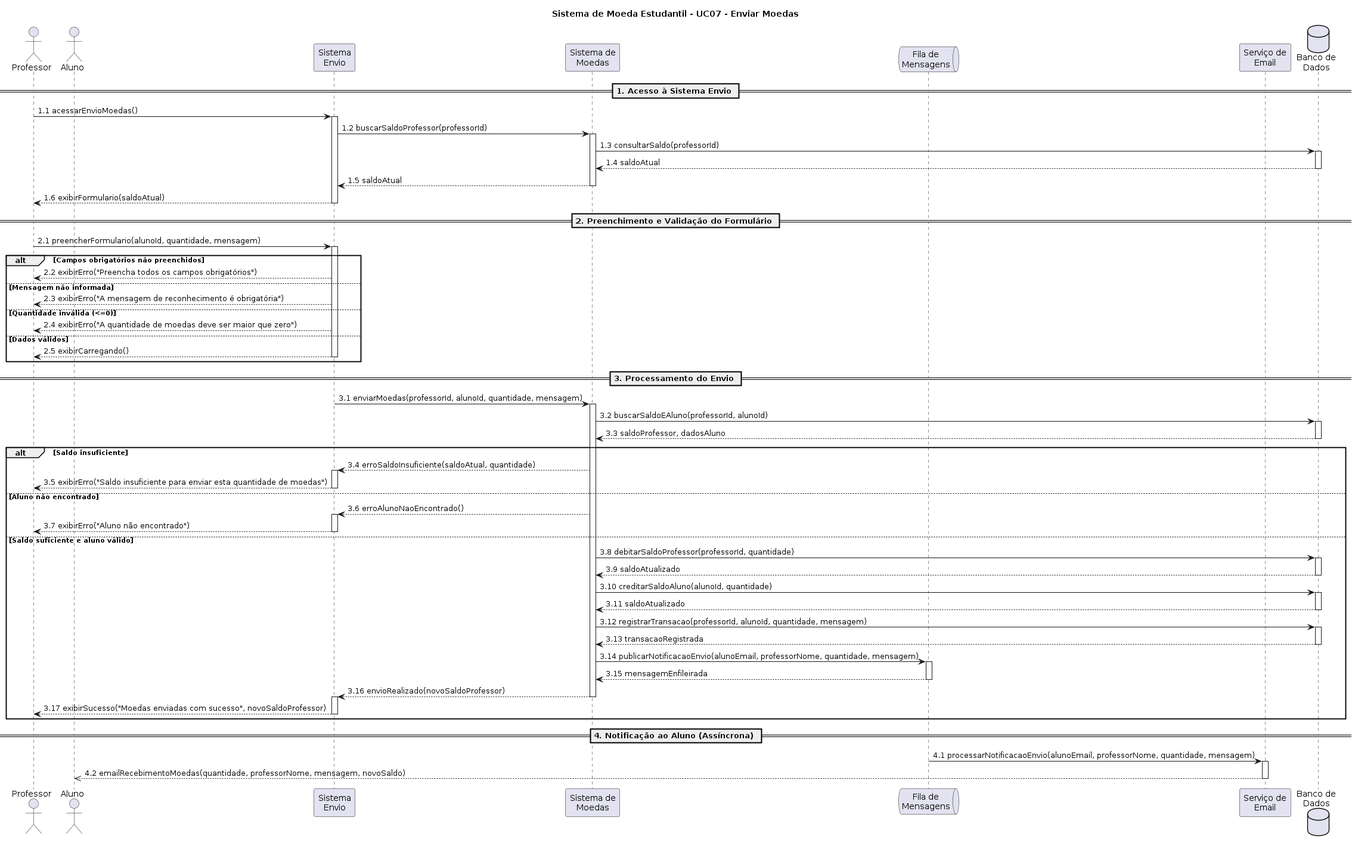
Above: docs/diagramas/Diagrama-de-sequencia/UC07/UC07-EnviarMoedas.png in LauraPontara/lab-sistema-moeda-estudantil (PlantUML), before the change.
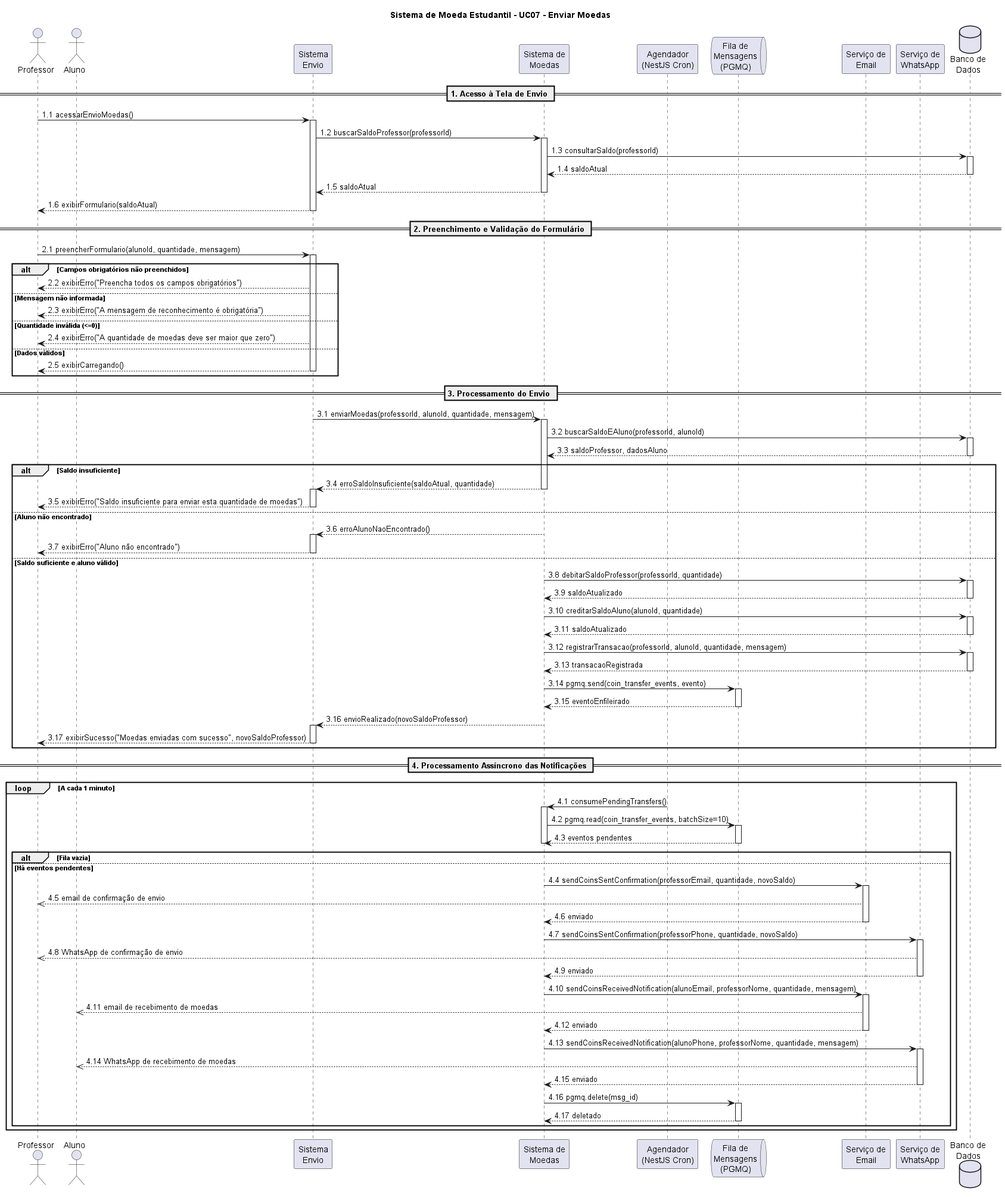
Later version of the same file.

Change to the diagram source:
```diff
@@ -5,11 +5,13 @@
 actor "Aluno" as A
 participant "Sistema\nEnvio" as PE
 participant "Sistema de\nMoedas" as SM
-queue "Fila de\nMensagens" as FM
+participant "Agendador\n(NestJS Cron)" as CRON
+queue "Fila de\nMensagens\n(PGMQ)" as FM
 participant "Serviço de\nEmail" as SE
+participant "Serviço de\nWhatsApp" as WA
 database "Banco de\nDados" as BD
 
-== 1. Acesso à Sistema Envio ==
+== 1. Acesso à Tela de Envio ==
 
 P -> PE: 1.1 acessarEnvioMoedas()
 activate PE
@@ -54,12 +56,14 @@
 
 alt Saldo insuficiente
     SM --> PE: 3.4 erroSaldoInsuficiente(saldoAtual, quantidade)
+    deactivate SM
     activate PE
     PE --> P: 3.5 exibirErro("Saldo insuficiente para enviar esta quantidade de moedas")
     deactivate PE
 
 else Aluno não encontrado
     SM --> PE: 3.6 erroAlunoNaoEncontrado()
+    deactivate SM
     activate PE
     PE --> P: 3.7 exibirErro("Aluno não encontrado")
     deactivate PE
@@ -77,9 +81,9 @@
     activate BD
     BD --> SM: 3.13 transacaoRegistrada
     deactivate BD
-    SM -> FM: 3.14 publicarNotificacaoEnvio(alunoEmail, professorNome, quantidade, mensagem)
+    SM -> FM: 3.14 pgmq.send(coin_transfer_events, evento)
     activate FM
-    FM --> SM: 3.15 mensagemEnfileirada
+    FM --> SM: 3.15 eventoEnfileirado
     deactivate FM
     SM --> PE: 3.16 envioRealizado(novoSaldoProfessor)
     deactivate SM
@@ -88,11 +92,44 @@
     deactivate PE
 end
 
-== 4. Notificação ao Aluno (Assíncrona) ==
+== 4. Processamento Assíncrono das Notificações ==
 
-FM -> SE: 4.1 processarNotificacaoEnvio(alunoEmail, professorNome, quantidade, mensagem)
-activate SE
-SE -->> A: 4.2 emailRecebimentoMoedas(quantidade, professorNome, mensagem, novoSaldo)
-deactivate SE
+loop A cada 1 minuto
+    CRON -> SM: 4.1 consumePendingTransfers()
+    activate SM
+    SM -> FM: 4.2 pgmq.read(coin_transfer_events, batchSize=10)
+    activate FM
+    FM --> SM: 4.3 eventos pendentes
+    deactivate FM
+    alt Fila vazia
+        deactivate SM
+    else Há eventos pendentes
+        SM -> SE: 4.4 sendCoinsSentConfirmation(professorEmail, quantidade, novoSaldo)
+        activate SE
+        SE -->> P: 4.5 email de confirmação de envio
+        SE --> SM: 4.6 enviado
+        deactivate SE
+        SM -> WA: 4.7 sendCoinsSentConfirmation(professorPhone, quantidade, novoSaldo)
+        activate WA
+        WA -->> P: 4.8 WhatsApp de confirmação de envio
+        WA --> SM: 4.9 enviado
+        deactivate WA
+        SM -> SE: 4.10 sendCoinsReceivedNotification(alunoEmail, professorNome, quantidade, mensagem)
+        activate SE
+        SE -->> A: 4.11 email de recebimento de moedas
+        SE --> SM: 4.12 enviado
+        deactivate SE
+        SM -> WA: 4.13 sendCoinsReceivedNotification(alunoPhone, professorNome, quantidade, mensagem)
+        activate WA
+        WA -->> A: 4.14 WhatsApp de recebimento de moedas
+        WA --> SM: 4.15 enviado
+        deactivate WA
+        SM -> FM: 4.16 pgmq.delete(msg_id)
+        activate FM
+        FM --> SM: 4.17 deletado
+        deactivate FM
+        deactivate SM
+    end
+end
 
 @enduml
```
